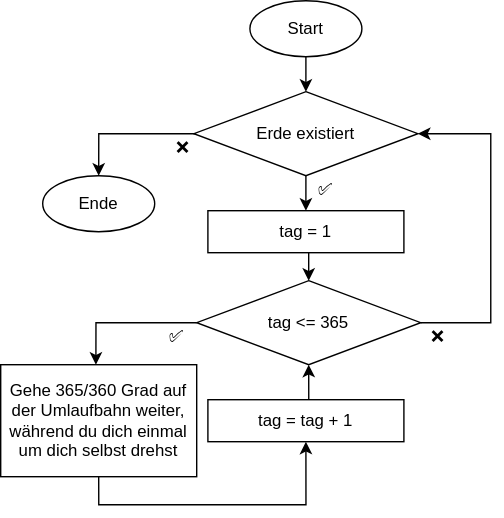
Before: of/bilder/notebooks/programmieren/1-8_Erde-Flussdiagramm.svg, a diagram exported from draw.io (donze-informatikunterricht/donze-informatikunterricht.github.io). Source tidied: cells renumbered, new cells last; positions are measured from the earlier drawing's top-left corner, leaving out a move shared by most shapes.
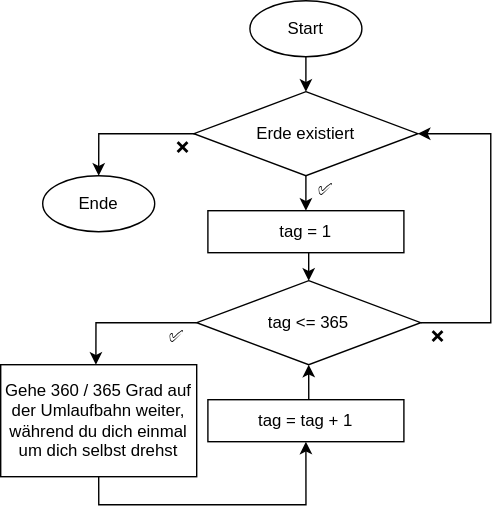
Above is the later version.

The edit, as a diff of the source:
```diff
@@ -67,7 +67,7 @@
     <mxCell id="15" style="edgeStyle=orthogonalEdgeStyle;rounded=0;jettySize=auto;html=1;exitX=0.5;exitY=1;exitDx=0;exitDy=0;entryX=0.5;entryY=1;entryDx=0;entryDy=0;" parent="1" edge="1" source="16" target="19">
       <mxGeometry relative="1" as="geometry" />
     </mxCell>
-    <mxCell id="16" value="Gehe 365/360 Grad auf der Umlaufbahn weiter, während du dich einmal um dich selbst drehst" style="rounded=0;whiteSpace=wrap;html=1;" parent="1" vertex="1">
+    <mxCell id="16" value="Gehe 360 / 365 Grad auf der Umlaufbahn weiter, während du dich einmal um dich selbst drehst" style="rounded=0;whiteSpace=wrap;html=1;" parent="1" vertex="1">
       <mxGeometry y="260" width="140" height="80" as="geometry" />
     </mxCell>
     <mxCell id="17" style="edgeStyle=orthogonalEdgeStyle;rounded=0;jettySize=auto;html=1;exitX=0.5;exitY=1;exitDx=0;exitDy=0;entryX=0.5;entryY=0;entryDx=0;entryDy=0;" parent="1" edge="1" target="x">
```
